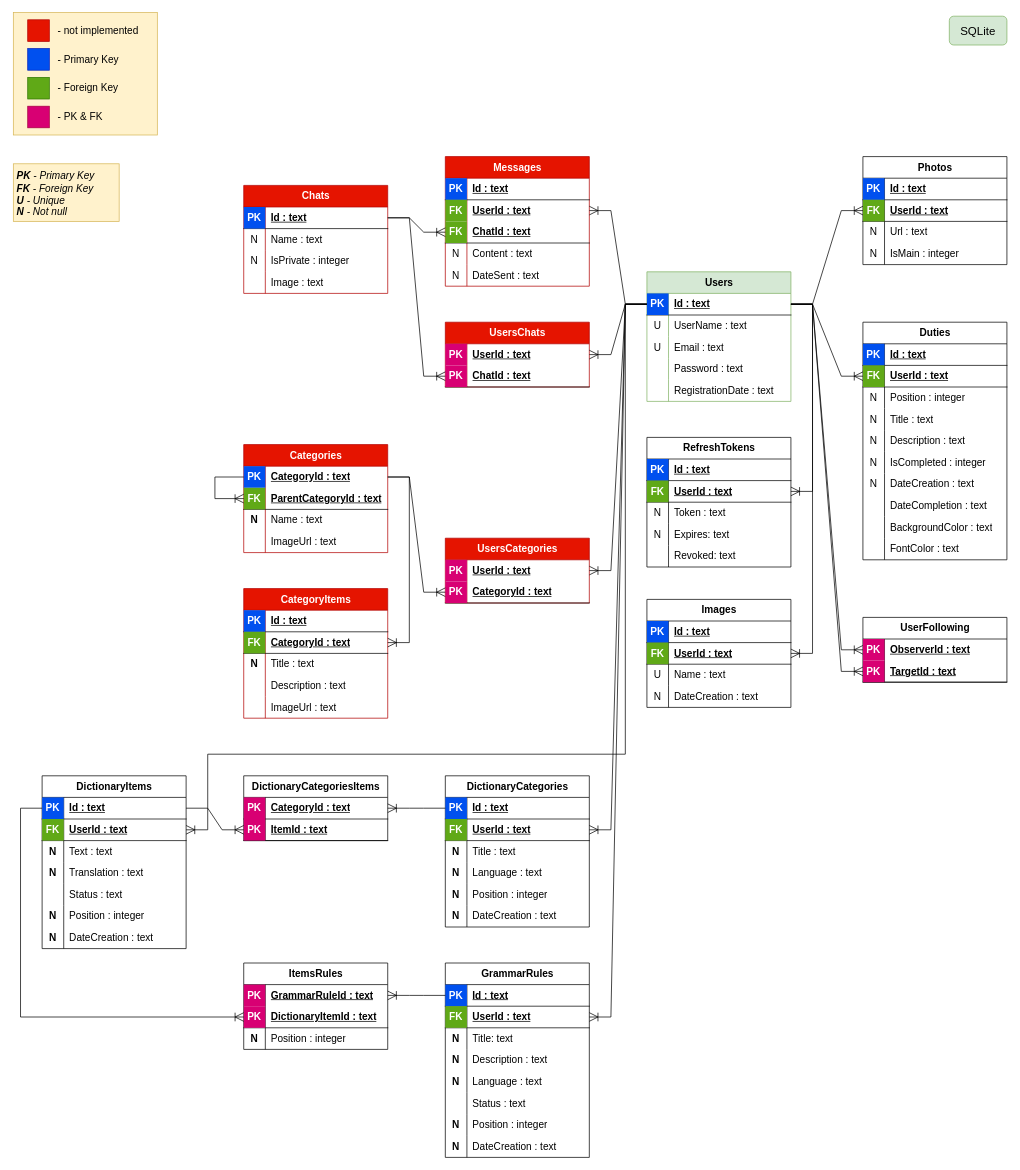
OleksandrTsvik/MyMultiProject keeps this draw.io diagram as db-schema/db-scheme-sqlite.drawio. Above is the earlier version. Source tidied: cells renumbered, new cells numbered last; positions are measured from the earlier drawing's top-left corner, leaving out a move shared by most shapes. Both pictures are drawn from the tidied source at 72%, with x=0, y=0 at pixel (13, 12).
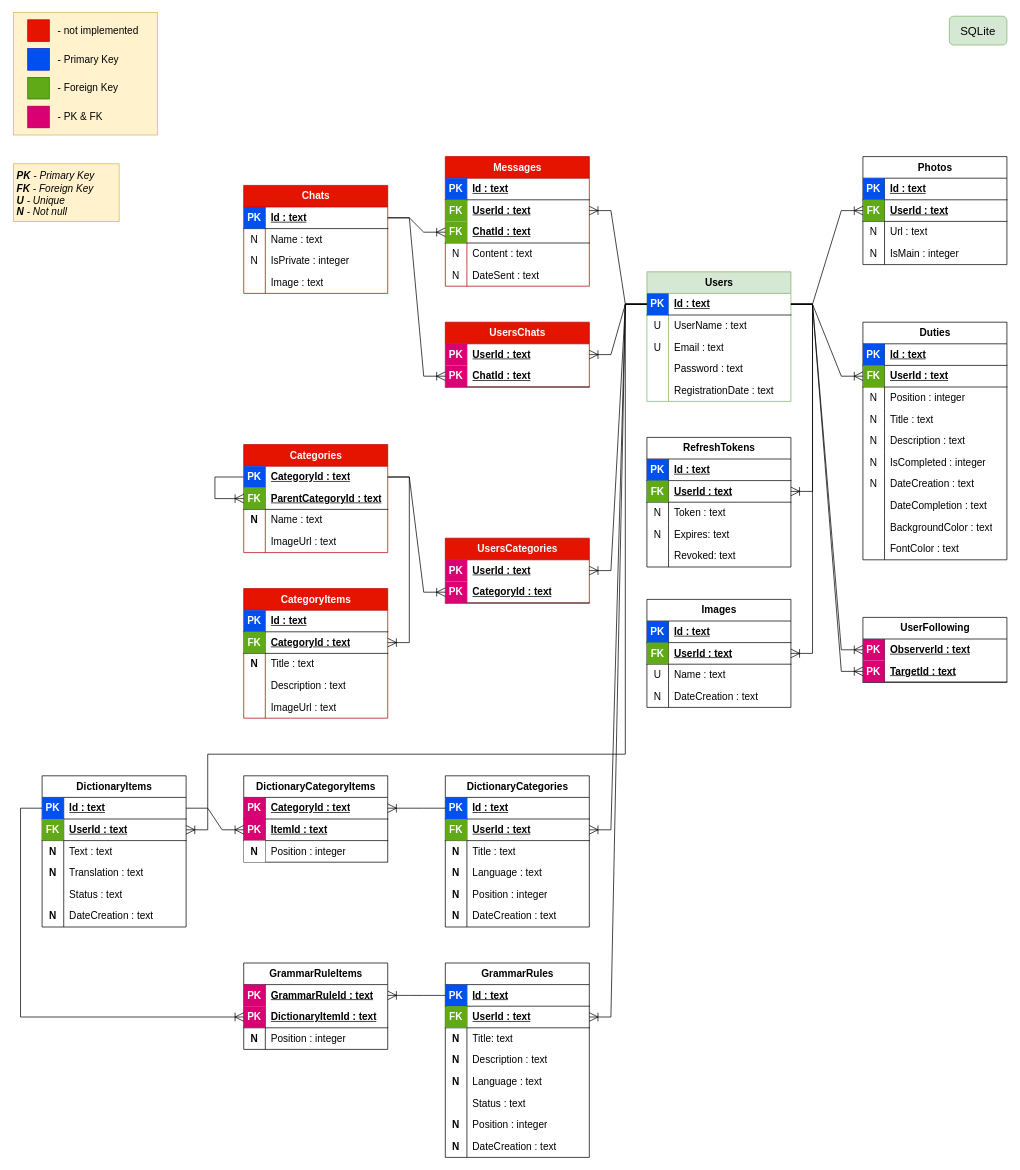
After the change.

Diff of the diagram source:
```diff
@@
     <mxCell id="194" value="DictionaryItems" style="shape=table;startSize=30;childLayout=tableLayout;rowLines=0;fontStyle=1;align=center;html=1;fontSize=14;" parent="1" vertex="1">
-      <mxGeometry x="40" y="1060" width="200" height="240" as="geometry" />
+      <mxGeometry x="40" y="1060" width="200" height="210" as="geometry" />
     </mxCell>
@@
-    <mxCell id="210" style="shape=tableRow;horizontal=0;startSize=0;swimlaneHead=0;swimlaneBody=0;fillColor=none;top=0;left=0;right=0;bottom=0;fontSize=14;" parent="194" vertex="1">
-      <mxGeometry y="180" width="200" height="30" as="geometry" />
-    </mxCell>
-    <mxCell id="211" value="N" style="shape=partialRectangle;fillColor=none;top=0;left=0;bottom=0;right=0;fontStyle=1;overflow=hidden;whiteSpace=wrap;html=1;fontSize=14;" parent="210" vertex="1">
-      <mxGeometry width="30" height="30" as="geometry" />
-    </mxCell>
-    <mxCell id="212" value="Position : integer" style="shape=partialRectangle;fillColor=none;top=0;left=0;bottom=0;right=0;align=left;spacingLeft=6;fontStyle=0;overflow=hidden;whiteSpace=wrap;html=1;fontSize=14;" parent="210" vertex="1">
-      <mxGeometry x="30" width="170" height="30" as="geometry" />
-    </mxCell>
     <mxCell id="213" style="shape=tableRow;horizontal=0;startSize=0;swimlaneHead=0;swimlaneBody=0;fillColor=none;top=0;left=0;right=0;bottom=0;fontSize=14;" parent="194" vertex="1">
-      <mxGeometry y="210" width="200" height="30" as="geometry" />
+      <mxGeometry y="180" width="200" height="30" as="geometry" />
     </mxCell>
@@
-    <mxCell id="243" value="ItemsRules" style="shape=table;startSize=30;childLayout=tableLayout;rowLines=0;fontStyle=1;align=center;html=1;fontSize=14;" parent="1" vertex="1">
+    <mxCell id="243" value="GrammarRuleItems" style="shape=table;startSize=30;childLayout=tableLayout;rowLines=0;fontStyle=1;align=center;html=1;fontSize=14;" parent="1" vertex="1">
       <mxGeometry x="320" y="1320" width="200" height="120" as="geometry" />
     </mxCell>
@@
-    <mxCell id="261" value="DictionaryCategoriesItems" style="shape=table;startSize=30;childLayout=tableLayout;rowLines=0;fontStyle=1;align=center;html=1;fontSize=14;" parent="1" vertex="1">
-      <mxGeometry x="320" y="1060" width="200" height="90" as="geometry" />
+    <mxCell id="261" value="DictionaryCategoryItems" style="shape=table;startSize=30;childLayout=tableLayout;rowLines=0;fontStyle=1;align=center;html=1;fontSize=14;" parent="1" vertex="1">
+      <mxGeometry x="320" y="1060" width="200" height="120" as="geometry" />
     </mxCell>
@@
+    <mxCell id="285" style="shape=tableRow;horizontal=0;startSize=0;swimlaneHead=0;swimlaneBody=0;fillColor=none;top=0;left=0;right=0;bottom=0;fontSize=14;" parent="261" vertex="1">
+      <mxGeometry y="90" width="200" height="30" as="geometry" />
+    </mxCell>
+    <mxCell id="211" value="N" style="shape=partialRectangle;top=0;left=0;bottom=0;right=0;fontStyle=1;overflow=hidden;whiteSpace=wrap;html=1;fontSize=14;" parent="285" vertex="1">
+      <mxGeometry width="30" height="30" as="geometry" />
+    </mxCell>
+    <mxCell id="212" value="Position : integer" style="shape=partialRectangle;fillColor=none;top=0;left=0;bottom=0;right=0;align=left;spacingLeft=6;fontStyle=0;overflow=hidden;whiteSpace=wrap;html=1;fontSize=14;" parent="285" vertex="1">
+      <mxGeometry x="30" width="170" height="30" as="geometry" />
+    </mxCell>
```
